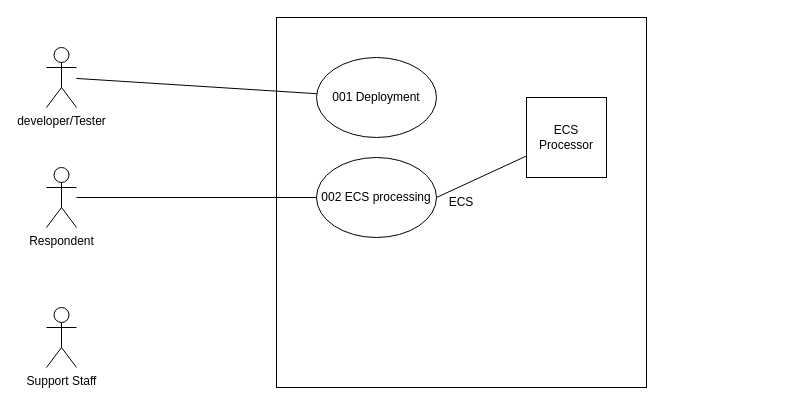
Before: Untitled Diagram.drawio in kdeif/blockchain-otc-dapp, a draw.io diagram. Source tidied: cells renumbered, new cells numbered last; positions are measured from the earlier drawing's top-left corner, leaving out a move shared by most shapes. Both pictures are drawn from the tidied source at 100%, with x=0, y=0 at pixel (46, 17).
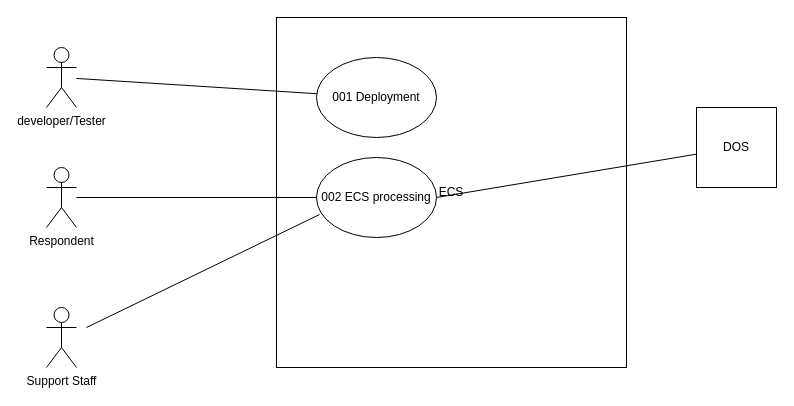
After the change.

The edit, as a diff of the source:
```diff
@@
 <mxGraphModel>
   <root>
     <mxCell id="0" />
     <mxCell id="1" parent="0" />
     <mxCell id="2" value="Support Staff" style="shape=umlActor;verticalLabelPosition=bottom;verticalAlign=top;html=1;" parent="1" vertex="1">
       <mxGeometry y="290" width="30" height="60" as="geometry" />
     </mxCell>
     <mxCell id="3" value="ECS" style="whiteSpace=wrap;html=1;" parent="1" vertex="1">
-      <mxGeometry x="230" width="370" height="370" as="geometry" />
+      <mxGeometry x="230" width="350" height="350" as="geometry" />
     </mxCell>
     <mxCell id="4" value="developer/Tester" style="shape=umlActor;verticalLabelPosition=bottom;verticalAlign=top;html=1;" parent="1" vertex="1">
       <mxGeometry y="30" width="30" height="60" as="geometry" />
     </mxCell>
     <mxCell id="5" value="Respondent" style="shape=umlActor;verticalLabelPosition=bottom;verticalAlign=top;html=1;" parent="1" vertex="1">
       <mxGeometry y="150" width="30" height="60" as="geometry" />
     </mxCell>
     <mxCell id="6" value="001 Deployment" style="ellipse;whiteSpace=wrap;html=1;" parent="1" vertex="1">
       <mxGeometry x="270" y="40" width="120" height="80" as="geometry" />
     </mxCell>
     <mxCell id="7" value="002 ECS processing" style="ellipse;whiteSpace=wrap;html=1;" parent="1" vertex="1">
       <mxGeometry x="270" y="140" width="120" height="80" as="geometry" />
     </mxCell>
-    <mxCell id="8" value="ECS Processor" style="whiteSpace=wrap;html=1;" parent="1" vertex="1">
-      <mxGeometry x="480" y="80" width="80" height="80" as="geometry" />
+    <mxCell id="8" value="DOS" style="whiteSpace=wrap;html=1;" parent="1" vertex="1">
+      <mxGeometry x="650" y="90" width="80" height="80" as="geometry" />
     </mxCell>
     <mxCell id="9" style="endArrow=none;html=1;" parent="1" edge="1" source="4" target="6">
       <mxGeometry relative="1" as="geometry" />
     </mxCell>
     <mxCell id="10" style="endArrow=none;html=1;exitX=1;exitY=0.5;exitDx=0;exitDy=0;" parent="1" edge="1" source="7" target="8">
       <mxGeometry relative="1" as="geometry" />
     </mxCell>
     <mxCell id="11" style="endArrow=none;html=1;" parent="1" edge="1" source="5" target="7">
       <mxGeometry relative="1" as="geometry" />
     </mxCell>
+    <mxCell id="12" style="endArrow=none;html=1;entryX=0.025;entryY=0.713;entryDx=0;entryDy=0;entryPerimeter=0;" parent="1" edge="1" target="7">
+      <mxGeometry relative="1" as="geometry">
+        <mxPoint x="40" y="310" as="sourcePoint" />
+      </mxGeometry>
+    </mxCell>
   </root>
 </mxGraphModel>
```
